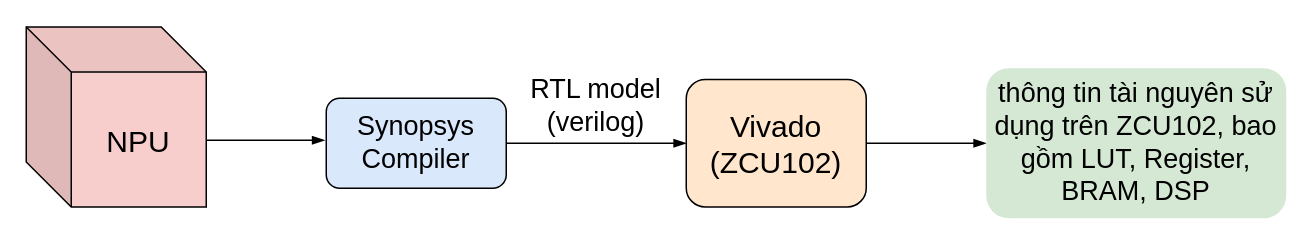
Earlier version of the draw.io diagram page "Page-2" (2 of 3) of Synthesis.drawio (hoangtv2000/document-collection). Source tidied: cells renumbered, new cells numbered last; positions are measured from the earlier drawing's top-left corner, leaving out a move shared by most shapes. Both pictures are drawn from the tidied source at 150%, with x=0, y=0 at pixel (26, 26).
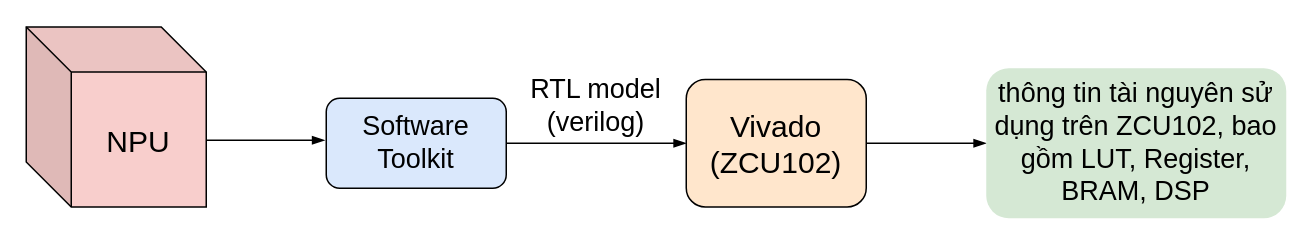
Above is the later version.

Change to the diagram source:
```diff
@@
 <mxGraphModel>
   <root>
     <mxCell id="0" />
     <mxCell id="1" parent="0" />
     <mxCell id="2" value="&lt;span style=&quot;font-size: 20px;&quot;&gt;NPU&lt;/span&gt;" style="shape=cube;whiteSpace=wrap;html=1;boundedLbl=1;backgroundOutline=1;darkOpacity=0.05;darkOpacity2=0.1;size=30;fillColor=#f8cecc;strokeColor=default;" parent="1" vertex="1">
       <mxGeometry y="0.5" width="120" height="120" as="geometry" />
     </mxCell>
-    <mxCell id="3" value="&lt;font style=&quot;font-size: 18px;&quot;&gt;Synopsys&lt;br&gt;Compiler&lt;/font&gt;" style="rounded=1;whiteSpace=wrap;html=1;fillColor=#dae8fc;strokeColor=default;" parent="1" vertex="1">
+    <mxCell id="3" value="&lt;span style=&quot;font-size: 18px;&quot;&gt;Software Toolkit&lt;/span&gt;" style="rounded=1;whiteSpace=wrap;html=1;fillColor=#dae8fc;strokeColor=default;" parent="1" vertex="1">
       <mxGeometry x="200" y="48" width="120" height="60" as="geometry" />
     </mxCell>
     <mxCell id="4" style="edgeStyle=orthogonalEdgeStyle;shape=connector;rounded=0;orthogonalLoop=1;jettySize=auto;html=1;entryX=0;entryY=0.5;entryDx=0;entryDy=0;strokeColor=default;align=center;verticalAlign=middle;fontFamily=Helvetica;fontSize=11;fontColor=default;labelBackgroundColor=default;endArrow=blockThin;endFill=1;" parent="1" edge="1">
       <mxGeometry relative="1" as="geometry">
         <mxPoint x="320" y="78" as="sourcePoint" />
         <mxPoint x="440" y="78" as="targetPoint" />
       </mxGeometry>
     </mxCell>
     <mxCell id="5" value="&lt;font style=&quot;font-size: 18px;&quot;&gt;RTL model&lt;br&gt;(verilog)&lt;/font&gt;" style="text;html=1;align=center;verticalAlign=middle;whiteSpace=wrap;rounded=0;" parent="1" vertex="1">
       <mxGeometry x="320" y="38" width="120" height="30" as="geometry" />
     </mxCell>
     <mxCell id="6" style="edgeStyle=orthogonalEdgeStyle;shape=connector;rounded=0;jettySize=auto;html=1;entryX=0;entryY=0.5;entryDx=0;entryDy=0;strokeColor=default;align=center;verticalAlign=middle;fontFamily=Helvetica;fontSize=11;fontColor=default;labelBackgroundColor=default;endArrow=blockThin;endFill=1;" parent="1" edge="1" source="7" target="8">
       <mxGeometry relative="1" as="geometry" />
     </mxCell>
     <mxCell id="7" value="&lt;span style=&quot;font-size: 20px;&quot;&gt;Vivado&lt;/span&gt;&lt;div&gt;&lt;span style=&quot;font-size: 20px;&quot;&gt;(ZCU102)&lt;/span&gt;&lt;/div&gt;" style="rounded=1;whiteSpace=wrap;html=1;fillColor=#ffe6cc;strokeColor=default;" parent="1" vertex="1">
       <mxGeometry x="440" y="35.5" width="120" height="85" as="geometry" />
     </mxCell>
     <mxCell id="8" value="&lt;div style=&quot;&quot;&gt;&lt;font style=&quot;font-size: 18px;&quot;&gt;thông tin tài nguyên sử dụng trên ZCU102, bao gồm LUT, Register, BRAM, DSP&lt;/font&gt;&lt;br&gt;&lt;/div&gt;" style="rounded=1;whiteSpace=wrap;html=1;fillColor=#d5e8d4;strokeColor=none;" parent="1" vertex="1">
       <mxGeometry x="640" y="28" width="200" height="100" as="geometry" />
     </mxCell>
     <mxCell id="9" style="edgeStyle=orthogonalEdgeStyle;shape=connector;rounded=0;orthogonalLoop=1;jettySize=auto;html=1;exitX=0;exitY=0;exitDx=120;exitDy=75;exitPerimeter=0;entryX=-0.01;entryY=0.465;entryDx=0;entryDy=0;entryPerimeter=0;strokeColor=default;align=center;verticalAlign=middle;fontFamily=Helvetica;fontSize=11;fontColor=default;labelBackgroundColor=default;endArrow=blockThin;endFill=1;" parent="1" edge="1">
       <mxGeometry relative="1" as="geometry">
         <mxPoint x="120" y="76" as="sourcePoint" />
         <mxPoint x="199" y="76" as="targetPoint" />
       </mxGeometry>
     </mxCell>
   </root>
 </mxGraphModel>
```
